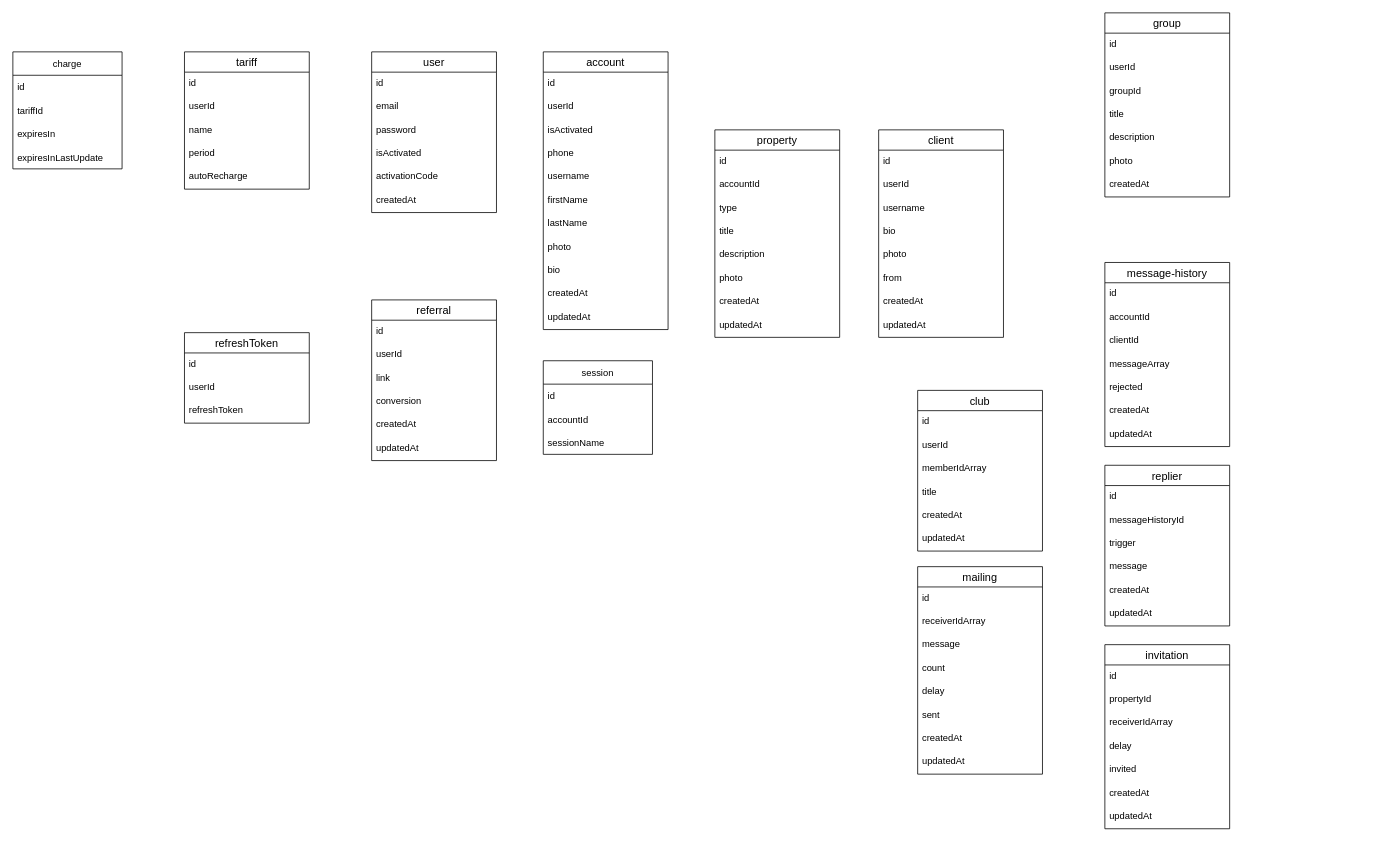
Earlier version of the draw.io diagram schema.drawio (Nick-Fed-Al-dev/telepanel). Source tidied: cells renumbered, new cells numbered last; positions are measured from the earlier drawing's top-left corner, leaving out a move shared by most shapes. Both pictures are drawn from the tidied source at 78%, with x=0, y=0 at pixel (12, 12).
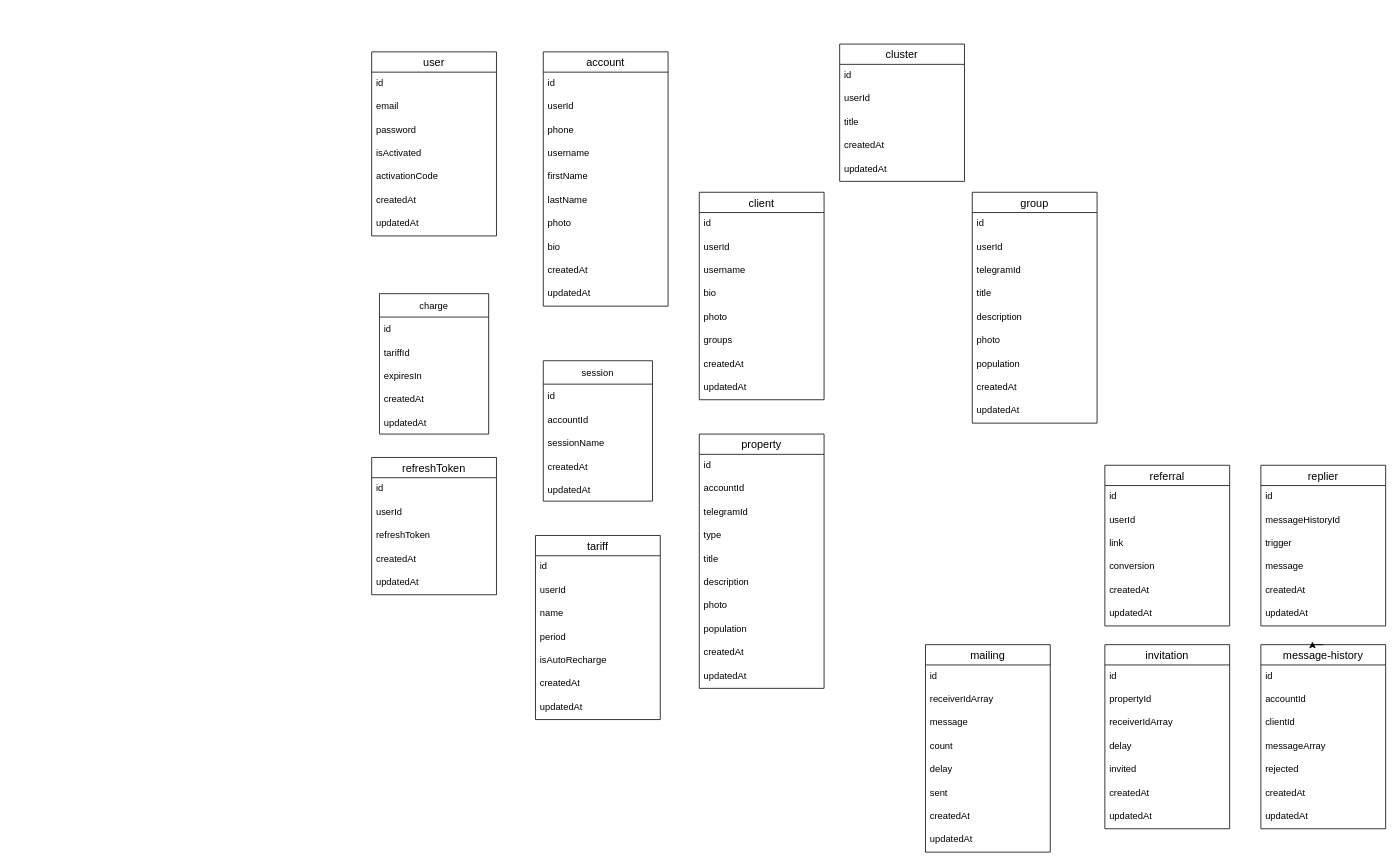
After the change.

The edit, as a diff of the source:
```diff
@@
     <mxCell id="2" value="user" style="swimlane;fontStyle=0;horizontal=1;startSize=26;align=center;fontSize=14;" parent="1" vertex="1">
-      <mxGeometry x="460" y="50" width="160" height="206" as="geometry" />
+      <mxGeometry x="460" y="50" width="160" height="236" as="geometry" />
     </mxCell>
@@
+    <mxCell id="112" value="updatedAt" style="text;strokeColor=none;fillColor=none;spacingLeft=4;spacingRight=4;overflow=hidden;fontSize=12;" parent="2" vertex="1">
+      <mxGeometry y="206" width="160" height="30" as="geometry" />
+    </mxCell>
     <mxCell id="9" value="property" style="swimlane;fontStyle=0;horizontal=1;startSize=26;align=center;fontSize=14;" parent="1" vertex="1">
-      <mxGeometry x="900" y="150" width="160" height="266" as="geometry" />
+      <mxGeometry x="880" y="540" width="160" height="326" as="geometry" />
     </mxCell>
@@
+    <mxCell id="113" value="telegramId" style="text;strokeColor=none;fillColor=none;spacingLeft=4;spacingRight=4;overflow=hidden;fontSize=12;" parent="9" vertex="1">
+      <mxGeometry y="86" width="160" height="30" as="geometry" />
+    </mxCell>
     <mxCell id="12" value="type" style="text;strokeColor=none;fillColor=none;spacingLeft=4;spacingRight=4;overflow=hidden;fontSize=12;" parent="9" vertex="1">
-      <mxGeometry y="86" width="160" height="30" as="geometry" />
+      <mxGeometry y="116" width="160" height="30" as="geometry" />
     </mxCell>
     <mxCell id="13" value="title" style="text;strokeColor=none;fillColor=none;spacingLeft=4;spacingRight=4;overflow=hidden;fontSize=12;" parent="9" vertex="1">
-      <mxGeometry y="116" width="160" height="30" as="geometry" />
+      <mxGeometry y="146" width="160" height="30" as="geometry" />
     </mxCell>
     <mxCell id="14" value="description" style="text;strokeColor=none;fillColor=none;spacingLeft=4;spacingRight=4;overflow=hidden;fontSize=12;" parent="9" vertex="1">
-      <mxGeometry y="146" width="160" height="30" as="geometry" />
+      <mxGeometry y="176" width="160" height="30" as="geometry" />
     </mxCell>
     <mxCell id="15" value="photo" style="text;strokeColor=none;fillColor=none;spacingLeft=4;spacingRight=4;overflow=hidden;fontSize=12;" parent="9" vertex="1">
-      <mxGeometry y="176" width="160" height="30" as="geometry" />
+      <mxGeometry y="206" width="160" height="30" as="geometry" />
     </mxCell>
+    <mxCell id="114" value="population" style="text;strokeColor=none;fillColor=none;spacingLeft=4;spacingRight=4;overflow=hidden;fontSize=12;" parent="9" vertex="1">
+      <mxGeometry y="236" width="160" height="30" as="geometry" />
+    </mxCell>
     <mxCell id="16" value="createdAt" style="text;strokeColor=none;fillColor=none;spacingLeft=4;spacingRight=4;overflow=hidden;fontSize=12;" parent="9" vertex="1">
-      <mxGeometry y="206" width="160" height="30" as="geometry" />
+      <mxGeometry y="266" width="160" height="30" as="geometry" />
     </mxCell>
     <mxCell id="17" value="updatedAt" style="text;strokeColor=none;fillColor=none;spacingLeft=4;spacingRight=4;overflow=hidden;fontSize=12;" parent="9" vertex="1">
-      <mxGeometry y="236" width="160" height="30" as="geometry" />
+      <mxGeometry y="296" width="160" height="30" as="geometry" />
     </mxCell>
     <mxCell id="18" value="client" style="swimlane;fontStyle=0;horizontal=1;startSize=26;align=center;fontSize=14;" parent="1" vertex="1">
-      <mxGeometry x="1110" y="150" width="160" height="266" as="geometry" />
+      <mxGeometry x="880" y="230" width="160" height="266" as="geometry" />
     </mxCell>
@@
-    <mxCell id="24" value="from" style="text;strokeColor=none;fillColor=none;spacingLeft=4;spacingRight=4;overflow=hidden;fontSize=12;" parent="18" vertex="1">
-      <mxGeometry y="176" width="160" height="30" as="geometry" />
-    </mxCell>
+    <mxCell id="115" value="groups" style="text;strokeColor=none;fillColor=none;spacingLeft=4;spacingRight=4;overflow=hidden;fontSize=12;" parent="18" vertex="1">
+      <mxGeometry y="176" width="160" height="30" as="geometry" />
+    </mxCell>
@@
     <mxCell id="27" value="referral" style="swimlane;fontStyle=0;horizontal=1;startSize=26;align=center;fontSize=14;" parent="1" vertex="1">
-      <mxGeometry x="460" y="368" width="160" height="206" as="geometry" />
+      <mxGeometry x="1400" y="580" width="160" height="206" as="geometry" />
     </mxCell>
@@
     <mxCell id="34" value="account" style="swimlane;fontStyle=0;horizontal=1;startSize=26;align=center;fontSize=14;" parent="1" vertex="1">
-      <mxGeometry x="680" y="50" width="160" height="356" as="geometry" />
+      <mxGeometry x="680" y="50" width="160" height="326" as="geometry" />
     </mxCell>
@@
-    <mxCell id="37" value="isActivated" style="text;strokeColor=none;fillColor=none;spacingLeft=4;spacingRight=4;overflow=hidden;fontSize=12;" parent="34" vertex="1">
-      <mxGeometry y="86" width="160" height="30" as="geometry" />
-    </mxCell>
     <mxCell id="38" value="phone" style="text;strokeColor=none;fillColor=none;spacingLeft=4;spacingRight=4;overflow=hidden;fontSize=12;" parent="34" vertex="1">
-      <mxGeometry y="116" width="160" height="30" as="geometry" />
+      <mxGeometry y="86" width="160" height="30" as="geometry" />
     </mxCell>
     <mxCell id="39" value="username" style="text;strokeColor=none;fillColor=none;spacingLeft=4;spacingRight=4;overflow=hidden;fontSize=12;" parent="34" vertex="1">
-      <mxGeometry y="146" width="160" height="30" as="geometry" />
+      <mxGeometry y="116" width="160" height="30" as="geometry" />
     </mxCell>
     <mxCell id="40" value="firstName" style="text;strokeColor=none;fillColor=none;spacingLeft=4;spacingRight=4;overflow=hidden;fontSize=12;" parent="34" vertex="1">
-      <mxGeometry y="176" width="160" height="30" as="geometry" />
+      <mxGeometry y="146" width="160" height="30" as="geometry" />
     </mxCell>
     <mxCell id="41" value="lastName" style="text;strokeColor=none;fillColor=none;spacingLeft=4;spacingRight=4;overflow=hidden;fontSize=12;" parent="34" vertex="1">
-      <mxGeometry y="206" width="160" height="30" as="geometry" />
+      <mxGeometry y="176" width="160" height="30" as="geometry" />
     </mxCell>
     <mxCell id="42" value="photo" style="text;strokeColor=none;fillColor=none;spacingLeft=4;spacingRight=4;overflow=hidden;fontSize=12;" parent="34" vertex="1">
-      <mxGeometry y="236" width="160" height="30" as="geometry" />
+      <mxGeometry y="206" width="160" height="30" as="geometry" />
     </mxCell>
     <mxCell id="43" value="bio" style="text;strokeColor=none;fillColor=none;spacingLeft=4;spacingRight=4;overflow=hidden;fontSize=12;" parent="34" vertex="1">
-      <mxGeometry y="266" width="160" height="30" as="geometry" />
+      <mxGeometry y="236" width="160" height="30" as="geometry" />
     </mxCell>
     <mxCell id="44" value="createdAt" style="text;strokeColor=none;fillColor=none;spacingLeft=4;spacingRight=4;overflow=hidden;fontSize=12;" parent="34" vertex="1">
-      <mxGeometry y="296" width="160" height="30" as="geometry" />
+      <mxGeometry y="266" width="160" height="30" as="geometry" />
     </mxCell>
     <mxCell id="45" value="updatedAt" style="text;strokeColor=none;fillColor=none;spacingLeft=4;spacingRight=4;overflow=hidden;fontSize=12;" parent="34" vertex="1">
-      <mxGeometry y="326" width="160" height="30" as="geometry" />
+      <mxGeometry y="296" width="160" height="30" as="geometry" />
     </mxCell>
     <mxCell id="46" value="group" style="swimlane;fontStyle=0;horizontal=1;startSize=26;align=center;fontSize=14;" parent="1" vertex="1">
-      <mxGeometry x="1400" width="160" height="236" as="geometry" />
+      <mxGeometry x="1230" y="230" width="160" height="296" as="geometry" />
     </mxCell>
@@
-    <mxCell id="49" value="groupId" style="text;strokeColor=none;fillColor=none;spacingLeft=4;spacingRight=4;overflow=hidden;fontSize=12;" parent="46" vertex="1">
+    <mxCell id="49" value="telegramId" style="text;strokeColor=none;fillColor=none;spacingLeft=4;spacingRight=4;overflow=hidden;fontSize=12;" parent="46" vertex="1">
       <mxGeometry y="86" width="160" height="30" as="geometry" />
     </mxCell>
@@
+    <mxCell id="116" value="population" style="text;strokeColor=none;fillColor=none;spacingLeft=4;spacingRight=4;overflow=hidden;fontSize=12;" parent="46" vertex="1">
+      <mxGeometry y="206" width="160" height="30" as="geometry" />
+    </mxCell>
     <mxCell id="53" value="createdAt" style="text;strokeColor=none;fillColor=none;spacingLeft=4;spacingRight=4;overflow=hidden;fontSize=12;" parent="46" vertex="1">
-      <mxGeometry y="206" width="160" height="30" as="geometry" />
+      <mxGeometry y="236" width="160" height="30" as="geometry" />
     </mxCell>
+    <mxCell id="117" value="updatedAt" style="text;strokeColor=none;fillColor=none;spacingLeft=4;spacingRight=4;overflow=hidden;fontSize=12;" parent="46" vertex="1">
+      <mxGeometry y="266" width="160" height="30" as="geometry" />
+    </mxCell>
     <mxCell id="54" value="message-history" style="swimlane;fontStyle=0;horizontal=1;startSize=26;align=center;fontSize=14;" parent="1" vertex="1">
-      <mxGeometry x="1400" y="320" width="160" height="236" as="geometry" />
+      <mxGeometry x="1600" y="810" width="160" height="236" as="geometry" />
     </mxCell>
@@
     <mxCell id="62" value="mailing" style="swimlane;fontStyle=0;horizontal=1;startSize=26;align=center;fontSize=14;" parent="1" vertex="1">
-      <mxGeometry x="1160" y="710" width="160" height="266" as="geometry" />
+      <mxGeometry x="1170" y="810" width="160" height="266" as="geometry" />
     </mxCell>
@@
-    <mxCell id="71" value="club" style="swimlane;fontStyle=0;horizontal=1;startSize=26;align=center;fontSize=14;" parent="1" vertex="1">
-      <mxGeometry x="1160" y="484" width="160" height="206" as="geometry" />
+    <mxCell id="71" value="cluster" style="swimlane;fontStyle=0;horizontal=1;startSize=26;align=center;fontSize=14;" parent="1" vertex="1">
+      <mxGeometry x="1060" y="40" width="160" height="176" as="geometry" />
     </mxCell>
@@
-    <mxCell id="74" value="memberIdArray" style="text;strokeColor=none;fillColor=none;spacingLeft=4;spacingRight=4;overflow=hidden;fontSize=12;" parent="71" vertex="1">
-      <mxGeometry y="86" width="160" height="30" as="geometry" />
-    </mxCell>
     <mxCell id="75" value="title" style="text;strokeColor=none;fillColor=none;spacingLeft=4;spacingRight=4;overflow=hidden;fontSize=12;" parent="71" vertex="1">
-      <mxGeometry y="116" width="160" height="30" as="geometry" />
+      <mxGeometry y="86" width="160" height="30" as="geometry" />
     </mxCell>
     <mxCell id="76" value="createdAt" style="text;strokeColor=none;fillColor=none;spacingLeft=4;spacingRight=4;overflow=hidden;fontSize=12;" parent="71" vertex="1">
-      <mxGeometry y="146" width="160" height="30" as="geometry" />
+      <mxGeometry y="116" width="160" height="30" as="geometry" />
     </mxCell>
     <mxCell id="77" value="updatedAt" style="text;strokeColor=none;fillColor=none;spacingLeft=4;spacingRight=4;overflow=hidden;fontSize=12;" parent="71" vertex="1">
-      <mxGeometry y="176" width="160" height="30" as="geometry" />
+      <mxGeometry y="146" width="160" height="30" as="geometry" />
     </mxCell>
@@
     <mxCell id="86" value="replier" style="swimlane;fontStyle=0;horizontal=1;startSize=26;align=center;fontSize=14;" parent="1" vertex="1">
-      <mxGeometry x="1400" y="580" width="160" height="206" as="geometry" />
+      <mxGeometry x="1600" y="580" width="160" height="206" as="geometry" />
     </mxCell>
@@
     <mxCell id="93" value="tariff" style="swimlane;fontStyle=0;horizontal=1;startSize=26;align=center;fontSize=14;" parent="1" vertex="1">
-      <mxGeometry x="220" y="50" width="160" height="176" as="geometry" />
+      <mxGeometry x="670" y="670" width="160" height="236" as="geometry" />
     </mxCell>
@@
-    <mxCell id="98" value="autoRecharge" style="text;strokeColor=none;fillColor=none;spacingLeft=4;spacingRight=4;overflow=hidden;fontSize=12;" parent="93" vertex="1">
+    <mxCell id="98" value="isAutoRecharge" style="text;strokeColor=none;fillColor=none;spacingLeft=4;spacingRight=4;overflow=hidden;fontSize=12;" parent="93" vertex="1">
       <mxGeometry y="146" width="160" height="30" as="geometry" />
     </mxCell>
+    <mxCell id="118" value="createdAt" style="text;strokeColor=none;fillColor=none;spacingLeft=4;spacingRight=4;overflow=hidden;fontSize=12;" parent="93" vertex="1">
+      <mxGeometry y="176" width="160" height="30" as="geometry" />
+    </mxCell>
+    <mxCell id="119" value="updatedAt" style="text;strokeColor=none;fillColor=none;spacingLeft=4;spacingRight=4;overflow=hidden;fontSize=12;" parent="93" vertex="1">
+      <mxGeometry y="206" width="160" height="30" as="geometry" />
+    </mxCell>
     <mxCell id="99" value="refreshToken" style="swimlane;fontStyle=0;horizontal=1;startSize=26;align=center;fontSize=14;" parent="1" vertex="1">
-      <mxGeometry x="220" y="410" width="160" height="116" as="geometry" />
+      <mxGeometry x="460" y="570" width="160" height="176" as="geometry" />
     </mxCell>
@@
+    <mxCell id="120" value="createdAt" style="text;strokeColor=none;fillColor=none;spacingLeft=4;spacingRight=4;overflow=hidden;fontSize=12;" parent="99" vertex="1">
+      <mxGeometry y="116" width="160" height="30" as="geometry" />
+    </mxCell>
+    <mxCell id="121" value="updatedAt" style="text;strokeColor=none;fillColor=none;spacingLeft=4;spacingRight=4;overflow=hidden;fontSize=12;" parent="99" vertex="1">
+      <mxGeometry y="146" width="160" height="30" as="geometry" />
+    </mxCell>
     <mxCell id="103" value="charge" style="swimlane;fontStyle=0;horizontal=1;startSize=30;" parent="1" vertex="1">
-      <mxGeometry y="50" width="140" height="150" as="geometry" />
+      <mxGeometry x="470" y="360" width="140" height="180" as="geometry" />
     </mxCell>
@@
-    <mxCell id="107" value="expiresInLastUpdate" style="text;strokeColor=none;fillColor=none;align=left;verticalAlign=middle;spacingLeft=4;spacingRight=4;overflow=hidden;" parent="103" vertex="1">
+    <mxCell id="107" value="createdAt" style="text;strokeColor=none;fillColor=none;align=left;verticalAlign=middle;spacingLeft=4;spacingRight=4;overflow=hidden;" parent="103" vertex="1">
       <mxGeometry y="120" width="140" height="30" as="geometry" />
     </mxCell>
+    <mxCell id="122" value="updatedAt" style="text;strokeColor=none;fillColor=none;align=left;verticalAlign=middle;spacingLeft=4;spacingRight=4;overflow=hidden;" parent="103" vertex="1">
+      <mxGeometry y="150" width="140" height="30" as="geometry" />
+    </mxCell>
-    <mxCell id="108" value="session" style="swimlane;fontStyle=0;horizontal=1;startSize=30;" parent="1" vertex="1">
-      <mxGeometry x="680" y="446" width="140" height="120" as="geometry" />
+    <mxCell id="108" value="session" style="swimlane;fontStyle=0;horizontal=1;startSize=30;swimlaneLine=1;" parent="1" vertex="1">
+      <mxGeometry x="680" y="446" width="140" height="180" as="geometry" />
     </mxCell>
@@
+    <mxCell id="123" value="createdAt" style="text;strokeColor=none;fillColor=none;align=left;verticalAlign=middle;spacingLeft=4;spacingRight=4;overflow=hidden;" parent="108" vertex="1">
+      <mxGeometry y="120" width="140" height="30" as="geometry" />
+    </mxCell>
+    <mxCell id="124" value="updatedAt" style="text;strokeColor=none;fillColor=none;align=left;verticalAlign=middle;spacingLeft=4;spacingRight=4;overflow=hidden;" parent="108" vertex="1">
+      <mxGeometry y="150" width="140" height="30" as="geometry" />
+    </mxCell>
+    <mxCell id="125" style="edgeStyle=orthogonalEdgeStyle;rounded=0;orthogonalLoop=1;jettySize=auto;html=1;exitX=0.5;exitY=0;exitDx=0;exitDy=0;entryX=0.413;entryY=-0.017;entryDx=0;entryDy=0;entryPerimeter=0;" parent="1" edge="1" source="54" target="54">
+      <mxGeometry relative="1" as="geometry" />
+    </mxCell>
```
